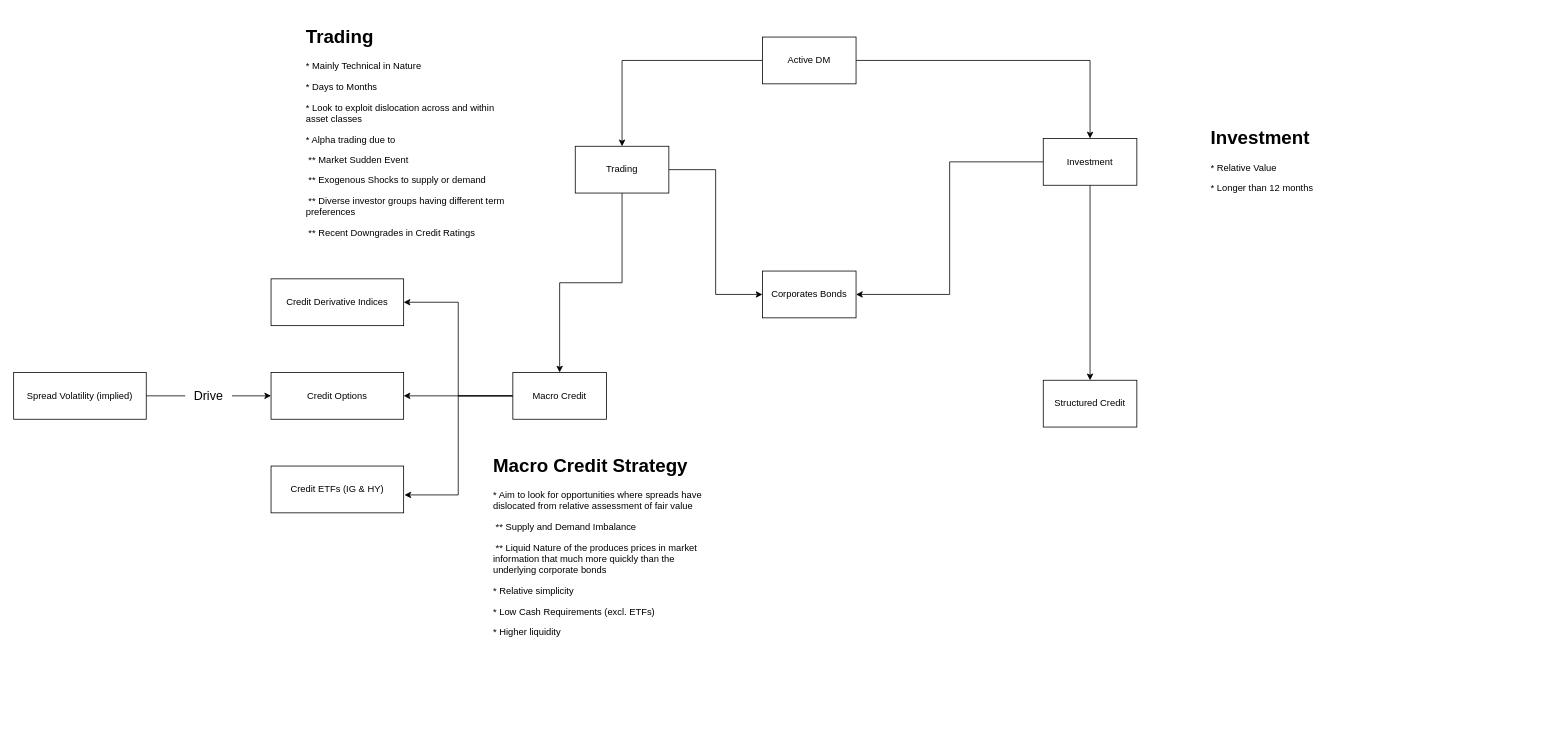
This is Untitled Diagram.drawio from PodorCN/NoteBook, a draw.io file, before an edit. Source tidied: cells renumbered, new cells numbered last; positions are measured from the earlier drawing's top-left corner, leaving out a move shared by most shapes. Both pictures are drawn from the tidied source at 78%, with x=0, y=0 at pixel (13, 21).
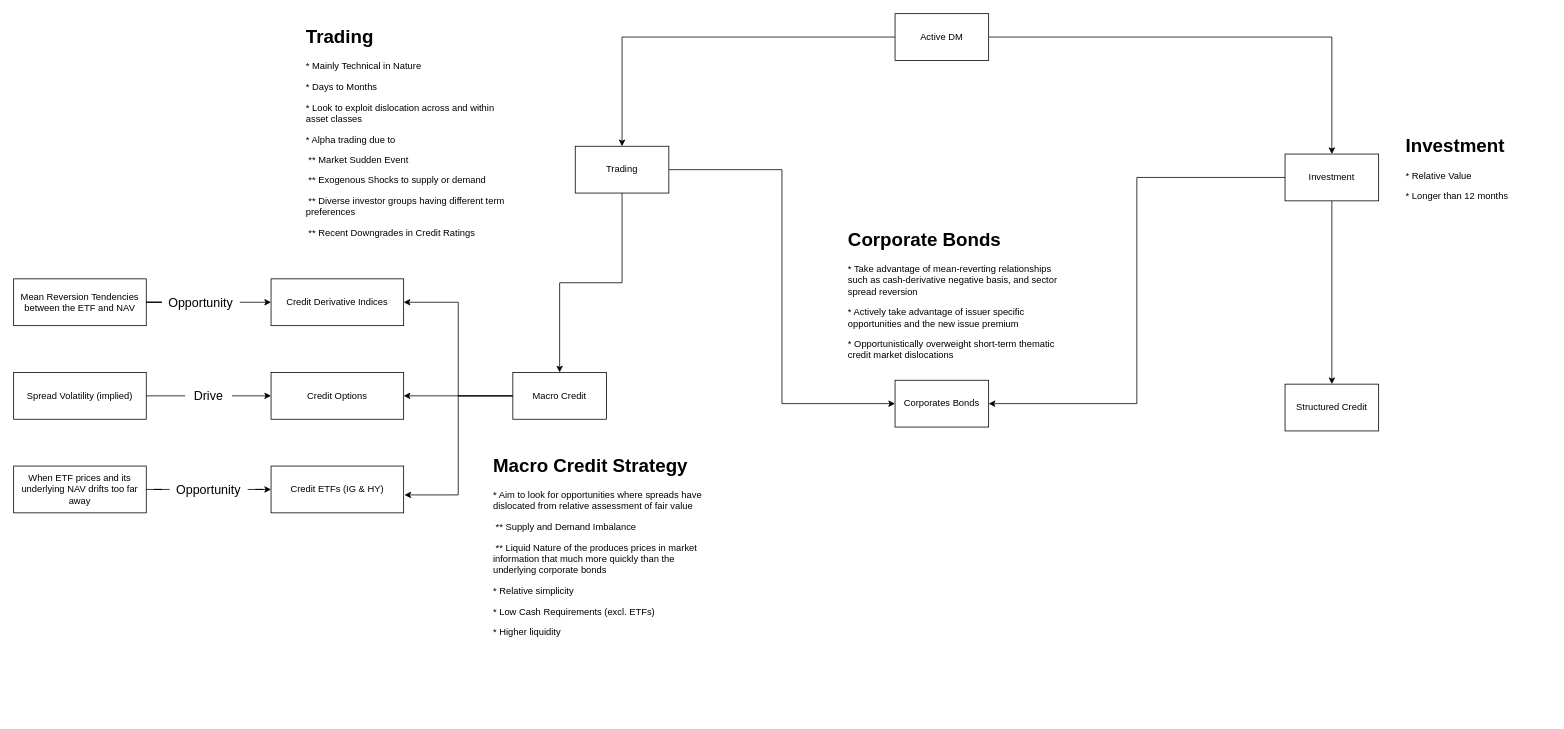
After the change.

The change refers to these unchanged cells:
```xml
<mxCell id="19" value="Credit Derivative Indices" style="whiteSpace=wrap;html=1;" parent="1" vertex="1">
  <mxGeometry x="330" y="330" width="170" height="60" as="geometry" />
</mxCell>
<mxCell id="20" value="Credit ETFs (IG &amp;amp; HY)" style="whiteSpace=wrap;html=1;" parent="1" vertex="1">
  <mxGeometry x="330" y="570" width="170" height="60" as="geometry" />
</mxCell>
```

Diff of the diagram source:
```diff
@@
     <mxCell id="4" value="Active DM" style="whiteSpace=wrap;html=1;" parent="1" vertex="1">
-      <mxGeometry x="960" y="20" width="120" height="60" as="geometry" />
+      <mxGeometry x="1130" y="-10" width="120" height="60" as="geometry" />
     </mxCell>
@@
     <mxCell id="10" value="Investment" style="whiteSpace=wrap;html=1;" parent="1" vertex="1">
-      <mxGeometry x="1320" y="150" width="120" height="60" as="geometry" />
+      <mxGeometry x="1630" y="170" width="120" height="60" as="geometry" />
     </mxCell>
@@
     <mxCell id="12" value="&lt;h1&gt;Investment&lt;/h1&gt;&lt;p&gt;* Relative Value&lt;/p&gt;&lt;p&gt;* Longer than 12 months&lt;/p&gt;" style="text;html=1;strokeColor=none;fillColor=none;spacing=5;spacingTop=-20;whiteSpace=wrap;overflow=hidden;rounded=0;" parent="1" vertex="1">
-      <mxGeometry x="1530" y="130" width="190" height="120" as="geometry" />
+      <mxGeometry x="1780" y="140" width="190" height="120" as="geometry" />
     </mxCell>
@@
     <mxCell id="17" value="Corporates Bonds" style="whiteSpace=wrap;html=1;" parent="1" vertex="1">
-      <mxGeometry x="960" y="320" width="120" height="60" as="geometry" />
+      <mxGeometry x="1130" y="460" width="120" height="60" as="geometry" />
     </mxCell>
     <mxCell id="18" value="Structured Credit" style="whiteSpace=wrap;html=1;" parent="1" vertex="1">
-      <mxGeometry x="1320" y="460" width="120" height="60" as="geometry" />
+      <mxGeometry x="1630" y="465" width="120" height="60" as="geometry" />
     </mxCell>
@@
+    <mxCell id="27" style="edgeStyle=orthogonalEdgeStyle;rounded=0;jettySize=auto;html=1;fontSize=16;startArrow=none;" parent="1" edge="1" source="29" target="20">
+      <mxGeometry relative="1" as="geometry" />
+    </mxCell>
+    <mxCell id="28" value="When ETF prices and its underlying NAV drifts too far away" style="whiteSpace=wrap;html=1;" parent="1" vertex="1">
+      <mxGeometry y="570" width="170" height="60" as="geometry" />
+    </mxCell>
+    <mxCell id="29" value="Opportunity" style="text;html=1;strokeColor=none;fillColor=none;align=center;verticalAlign=middle;whiteSpace=wrap;rounded=0;fontSize=16;" parent="1" vertex="1">
+      <mxGeometry x="200" y="585" width="100" height="30" as="geometry" />
+    </mxCell>
+    <mxCell id="30" style="edgeStyle=orthogonalEdgeStyle;rounded=0;jettySize=auto;html=1;fontSize=16;endArrow=none;" parent="1" edge="1" source="28" target="29">
+      <mxGeometry relative="1" as="geometry" />
+    </mxCell>
+    <mxCell id="31" style="edgeStyle=orthogonalEdgeStyle;rounded=0;jettySize=auto;html=1;fontSize=16;startArrow=none;" parent="1" edge="1" source="33" target="19">
+      <mxGeometry relative="1" as="geometry" />
+    </mxCell>
+    <mxCell id="32" value="Mean Reversion Tendencies between the ETF and NAV" style="whiteSpace=wrap;html=1;" parent="1" vertex="1">
+      <mxGeometry y="330" width="170" height="60" as="geometry" />
+    </mxCell>
+    <mxCell id="33" value="Opportunity" style="text;html=1;strokeColor=none;fillColor=none;align=center;verticalAlign=middle;whiteSpace=wrap;rounded=0;fontSize=16;" parent="1" vertex="1">
+      <mxGeometry x="190" y="345" width="100" height="30" as="geometry" />
+    </mxCell>
+    <mxCell id="34" style="edgeStyle=orthogonalEdgeStyle;rounded=0;jettySize=auto;html=1;fontSize=16;endArrow=none;" parent="1" edge="1" source="32" target="33">
+      <mxGeometry relative="1" as="geometry" />
+    </mxCell>
+    <mxCell id="35" value="&lt;h1&gt;Corporate Bonds&lt;/h1&gt;&lt;p&gt;* Take advantage of mean-reverting relationships such as cash-derivative negative basis, and sector spread reversion&lt;/p&gt;&lt;p&gt;* Actively take advantage of issuer specific opportunities and the new issue premium&lt;/p&gt;&lt;p&gt;* Opportunistically overweight short-term thematic credit market dislocations&lt;/p&gt;" style="text;html=1;strokeColor=none;fillColor=none;spacing=5;spacingTop=-20;whiteSpace=wrap;overflow=hidden;rounded=0;" parent="1" vertex="1">
+      <mxGeometry x="1065" y="260" width="280" height="180" as="geometry" />
+    </mxCell>
```
